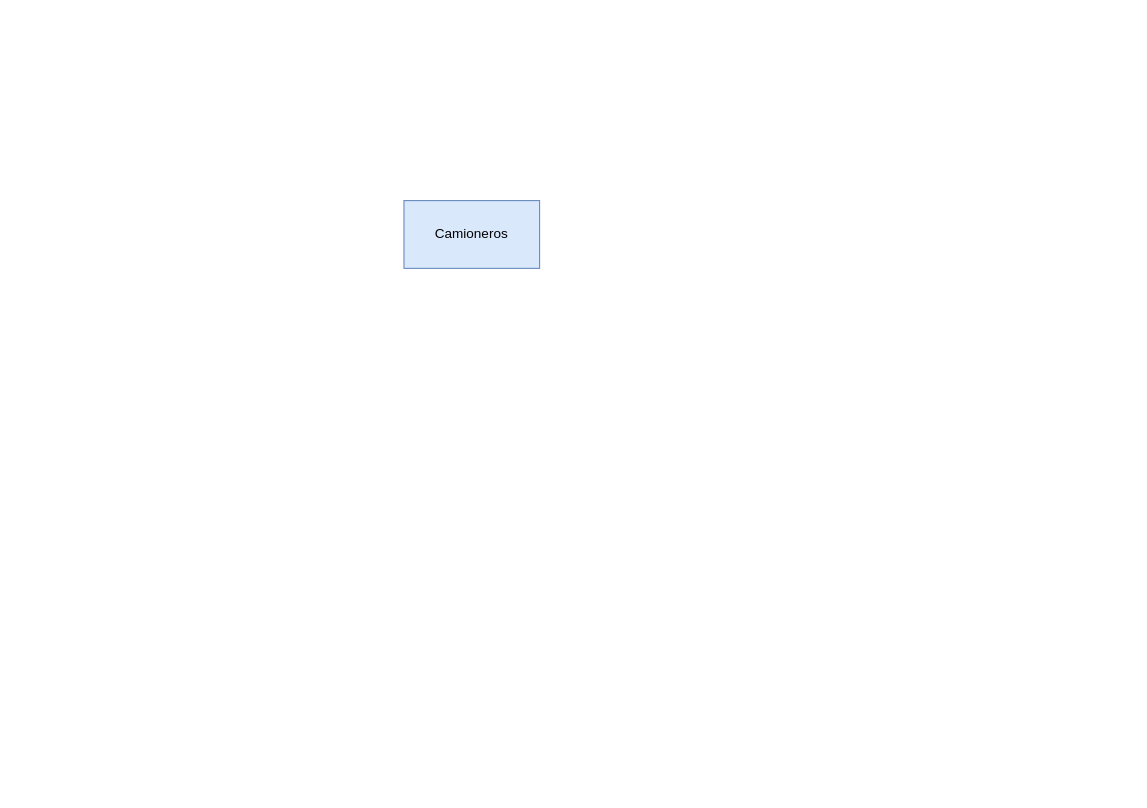
Earlier version of the draw.io diagram Progreso_1/Actividad_PS2_Diagrama_1.drawio (AngelDavidStudios/Diagramas_BdD_1). Source tidied: cells renumbered, new cells numbered last; positions are measured from the earlier drawing's top-left corner, leaving out a move shared by most shapes. Both pictures are drawn from the tidied source at 113%, with x=0, y=0 at pixel (403, 200).
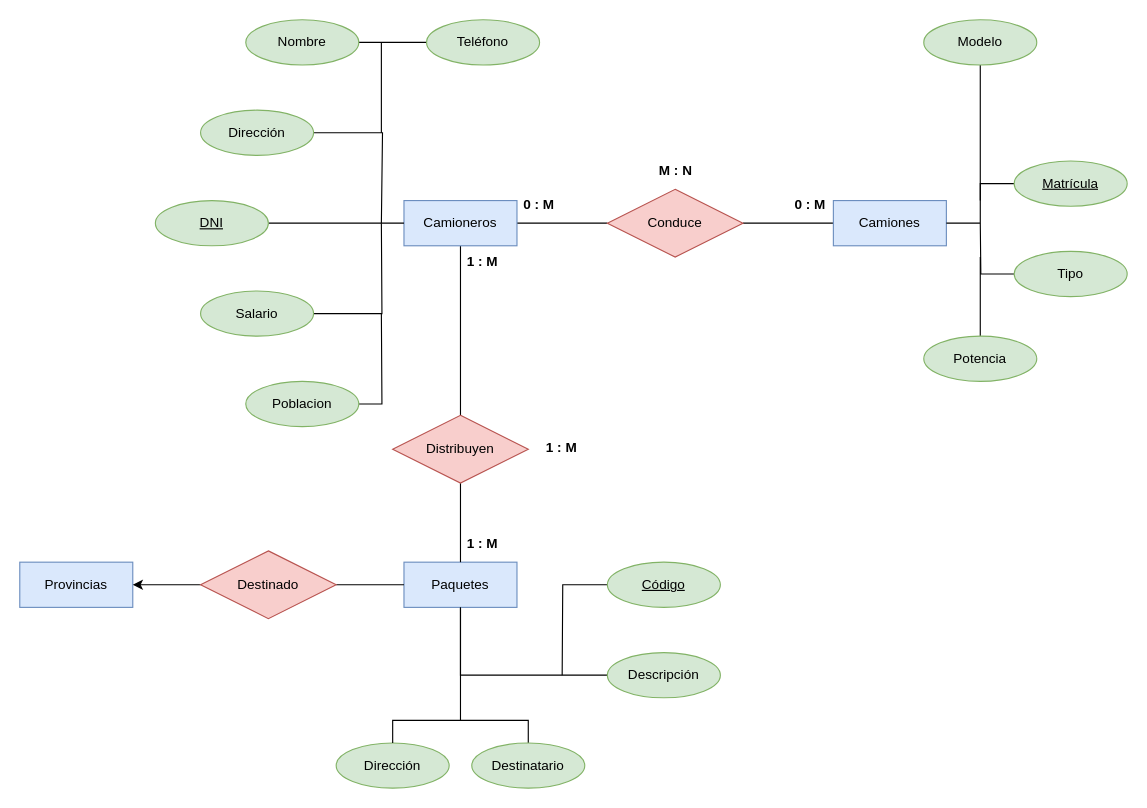
After the change.

Commit message:
Update Primer Diagrama

The edit, as a diff of the source:
```diff
@@
+    <mxCell id="3" style="edgeStyle=orthogonalEdgeStyle;rounded=0;jettySize=auto;html=1;endArrow=none;endFill=0;" parent="1" edge="1" source="2" target="10">
+      <mxGeometry relative="1" as="geometry" />
+    </mxCell>
+    <mxCell id="4" style="edgeStyle=orthogonalEdgeStyle;rounded=0;jettySize=auto;html=1;entryX=0.5;entryY=0;entryDx=0;entryDy=0;endArrow=none;endFill=0;" parent="1" edge="1" source="2" target="35">
+      <mxGeometry relative="1" as="geometry" />
+    </mxCell>
-    <mxCell id="2" value="Camioneros" style="rounded=0;whiteSpace=wrap;html=1;fillColor=#dae8fc;strokeColor=#6c8ebf;" parent="1" vertex="1">
-      <mxGeometry width="120" height="60" as="geometry" />
+    <mxCell id="2" value="Camioneros" style="whiteSpace=wrap;html=1;align=center;fillColor=#dae8fc;strokeColor=#6c8ebf;" parent="1" vertex="1">
+      <mxGeometry width="100" height="40" as="geometry" />
     </mxCell>
+    <mxCell id="5" style="edgeStyle=orthogonalEdgeStyle;rounded=0;jettySize=auto;html=1;endArrow=none;endFill=0;" parent="1" edge="1" source="6" target="10">
+      <mxGeometry relative="1" as="geometry" />
+    </mxCell>
+    <mxCell id="6" value="Camiones" style="whiteSpace=wrap;html=1;align=center;fillColor=#dae8fc;strokeColor=#6c8ebf;" parent="1" vertex="1">
+      <mxGeometry x="380" width="100" height="40" as="geometry" />
+    </mxCell>
+    <mxCell id="7" style="edgeStyle=orthogonalEdgeStyle;rounded=0;jettySize=auto;html=1;endArrow=none;endFill=0;" parent="1" edge="1" source="8">
+      <mxGeometry relative="1" as="geometry">
+        <mxPoint x="50" y="460" as="targetPoint" />
+      </mxGeometry>
+    </mxCell>
+    <mxCell id="8" value="Paquetes" style="whiteSpace=wrap;html=1;align=center;fillColor=#dae8fc;strokeColor=#6c8ebf;" parent="1" vertex="1">
+      <mxGeometry y="320" width="100" height="40" as="geometry" />
+    </mxCell>
+    <mxCell id="9" value="Provincias" style="whiteSpace=wrap;html=1;align=center;fillColor=#dae8fc;strokeColor=#6c8ebf;" parent="1" vertex="1">
+      <mxGeometry x="-340" y="320" width="100" height="40" as="geometry" />
+    </mxCell>
+    <mxCell id="10" value="Conduce" style="shape=rhombus;perimeter=rhombusPerimeter;whiteSpace=wrap;html=1;align=center;fillColor=#f8cecc;strokeColor=#b85450;" parent="1" vertex="1">
+      <mxGeometry x="180" y="-10" width="120" height="60" as="geometry" />
+    </mxCell>
+    <mxCell id="11" value="M : N" style="text;strokeColor=none;fillColor=none;spacingLeft=4;spacingRight=4;overflow=hidden;fontSize=12;whiteSpace=wrap;html=1;fontStyle=1;" parent="1" vertex="1">
+      <mxGeometry x="220" y="-40" width="40" height="30" as="geometry" />
+    </mxCell>
+    <mxCell id="12" style="edgeStyle=orthogonalEdgeStyle;rounded=0;jettySize=auto;html=1;entryX=0;entryY=0.5;entryDx=0;entryDy=0;endArrow=none;endFill=0;" parent="1" edge="1" source="13" target="14">
+      <mxGeometry relative="1" as="geometry" />
+    </mxCell>
+    <mxCell id="13" value="Nombre" style="ellipse;whiteSpace=wrap;html=1;align=center;fillColor=#d5e8d4;strokeColor=#82b366;" parent="1" vertex="1">
+      <mxGeometry x="-140" y="-160" width="100" height="40" as="geometry" />
+    </mxCell>
+    <mxCell id="14" value="Teléfono" style="ellipse;whiteSpace=wrap;html=1;align=center;fillColor=#d5e8d4;strokeColor=#82b366;" parent="1" vertex="1">
+      <mxGeometry x="20" y="-160" width="100" height="40" as="geometry" />
+    </mxCell>
+    <mxCell id="15" style="edgeStyle=orthogonalEdgeStyle;rounded=0;jettySize=auto;html=1;endArrow=none;endFill=0;" parent="1" edge="1" source="16">
+      <mxGeometry relative="1" as="geometry">
+        <mxPoint x="-20" y="20" as="targetPoint" />
+        <Array as="points">
+          <mxPoint x="-19" y="-60" />
+          <mxPoint x="-19" y="20" />
+        </Array>
+      </mxGeometry>
+    </mxCell>
+    <mxCell id="16" value="Dirección" style="ellipse;whiteSpace=wrap;html=1;align=center;fillColor=#d5e8d4;strokeColor=#82b366;" parent="1" vertex="1">
+      <mxGeometry x="-180" y="-80" width="100" height="40" as="geometry" />
+    </mxCell>
+    <mxCell id="17" style="edgeStyle=orthogonalEdgeStyle;rounded=0;jettySize=auto;html=1;endArrow=none;endFill=0;" parent="1" edge="1" source="18">
+      <mxGeometry relative="1" as="geometry">
+        <mxPoint x="-20" y="20" as="targetPoint" />
+      </mxGeometry>
+    </mxCell>
+    <mxCell id="18" value="Salario" style="ellipse;whiteSpace=wrap;html=1;align=center;fillColor=#d5e8d4;strokeColor=#82b366;" parent="1" vertex="1">
+      <mxGeometry x="-180" y="80" width="100" height="40" as="geometry" />
+    </mxCell>
+    <mxCell id="19" style="edgeStyle=orthogonalEdgeStyle;rounded=0;jettySize=auto;html=1;endArrow=none;endFill=0;" parent="1" edge="1" source="20">
+      <mxGeometry relative="1" as="geometry">
+        <mxPoint x="-20" y="100" as="targetPoint" />
+      </mxGeometry>
+    </mxCell>
+    <mxCell id="20" value="Poblacion" style="ellipse;whiteSpace=wrap;html=1;align=center;fillColor=#d5e8d4;strokeColor=#82b366;" parent="1" vertex="1">
+      <mxGeometry x="-140" y="160" width="100" height="40" as="geometry" />
+    </mxCell>
+    <mxCell id="21" style="edgeStyle=orthogonalEdgeStyle;rounded=0;jettySize=auto;html=1;entryX=0;entryY=0.5;entryDx=0;entryDy=0;endArrow=none;endFill=0;" parent="1" edge="1" source="22" target="2">
+      <mxGeometry relative="1" as="geometry" />
+    </mxCell>
+    <mxCell id="22" value="DNI" style="ellipse;whiteSpace=wrap;html=1;align=center;fontStyle=4;fillColor=#d5e8d4;strokeColor=#82b366;" parent="1" vertex="1">
+      <mxGeometry x="-220" width="100" height="40" as="geometry" />
+    </mxCell>
+    <mxCell id="23" style="endArrow=none;html=1;rounded=0;" parent="1" edge="1">
+      <mxGeometry relative="1" as="geometry">
+        <mxPoint x="-20" y="-140" as="sourcePoint" />
+        <mxPoint x="-20" y="-60" as="targetPoint" />
+      </mxGeometry>
+    </mxCell>
+    <mxCell id="24" value="0 : M" style="text;strokeColor=none;fillColor=none;spacingLeft=4;spacingRight=4;overflow=hidden;fontSize=12;whiteSpace=wrap;html=1;fontStyle=1;" parent="1" vertex="1">
+      <mxGeometry x="340" y="-10" width="40" height="30" as="geometry" />
+    </mxCell>
+    <mxCell id="25" value="0 : M" style="text;strokeColor=none;fillColor=none;spacingLeft=4;spacingRight=4;overflow=hidden;fontSize=12;whiteSpace=wrap;html=1;fontStyle=1;" parent="1" vertex="1">
+      <mxGeometry x="100" y="-10" width="40" height="30" as="geometry" />
+    </mxCell>
+    <mxCell id="26" style="edgeStyle=orthogonalEdgeStyle;rounded=0;jettySize=auto;html=1;entryX=1;entryY=0.5;entryDx=0;entryDy=0;endArrow=none;endFill=0;" parent="1" edge="1" source="27" target="6">
+      <mxGeometry relative="1" as="geometry" />
+    </mxCell>
+    <mxCell id="27" value="Matrícula" style="ellipse;whiteSpace=wrap;html=1;align=center;fontStyle=4;fillColor=#d5e8d4;strokeColor=#82b366;" parent="1" vertex="1">
+      <mxGeometry x="540" y="-35" width="100" height="40" as="geometry" />
+    </mxCell>
+    <mxCell id="28" style="edgeStyle=orthogonalEdgeStyle;rounded=0;jettySize=auto;html=1;endArrow=none;endFill=0;" parent="1" edge="1" source="29">
+      <mxGeometry relative="1" as="geometry">
+        <mxPoint x="510" as="targetPoint" />
+        <Array as="points">
+          <mxPoint x="510" y="-20" />
+        </Array>
+      </mxGeometry>
+    </mxCell>
+    <mxCell id="29" value="Modelo" style="ellipse;whiteSpace=wrap;html=1;align=center;fillColor=#d5e8d4;strokeColor=#82b366;" parent="1" vertex="1">
+      <mxGeometry x="460" y="-160" width="100" height="40" as="geometry" />
+    </mxCell>
+    <mxCell id="30" style="edgeStyle=orthogonalEdgeStyle;rounded=0;jettySize=auto;html=1;endArrow=none;endFill=0;" parent="1" edge="1" source="31">
+      <mxGeometry relative="1" as="geometry">
+        <mxPoint x="510" y="20" as="targetPoint" />
+      </mxGeometry>
+    </mxCell>
+    <mxCell id="31" value="Tipo" style="ellipse;whiteSpace=wrap;html=1;align=center;fillColor=#d5e8d4;strokeColor=#82b366;" parent="1" vertex="1">
+      <mxGeometry x="540" y="45" width="100" height="40" as="geometry" />
+    </mxCell>
+    <mxCell id="32" style="edgeStyle=orthogonalEdgeStyle;rounded=0;jettySize=auto;html=1;endArrow=none;endFill=0;" parent="1" edge="1" source="33">
+      <mxGeometry relative="1" as="geometry">
+        <mxPoint x="510" y="50" as="targetPoint" />
+      </mxGeometry>
+    </mxCell>
+    <mxCell id="33" value="Potencia" style="ellipse;whiteSpace=wrap;html=1;align=center;fillColor=#d5e8d4;strokeColor=#82b366;" parent="1" vertex="1">
+      <mxGeometry x="460" y="120" width="100" height="40" as="geometry" />
+    </mxCell>
+    <mxCell id="34" style="edgeStyle=orthogonalEdgeStyle;rounded=0;jettySize=auto;html=1;endArrow=none;endFill=0;" parent="1" edge="1" source="35" target="8">
+      <mxGeometry relative="1" as="geometry" />
+    </mxCell>
+    <mxCell id="35" value="Distribuyen" style="shape=rhombus;perimeter=rhombusPerimeter;whiteSpace=wrap;html=1;align=center;fillColor=#f8cecc;strokeColor=#b85450;" parent="1" vertex="1">
+      <mxGeometry x="-10" y="190" width="120" height="60" as="geometry" />
+    </mxCell>
+    <mxCell id="36" style="edgeStyle=orthogonalEdgeStyle;rounded=0;jettySize=auto;html=1;endArrow=none;endFill=0;" parent="1" edge="1" source="38" target="8">
+      <mxGeometry relative="1" as="geometry" />
+    </mxCell>
+    <mxCell id="37" style="edgeStyle=orthogonalEdgeStyle;rounded=0;jettySize=auto;html=1;" parent="1" edge="1" source="38" target="9">
+      <mxGeometry relative="1" as="geometry" />
+    </mxCell>
+    <mxCell id="38" value="Destinado" style="shape=rhombus;perimeter=rhombusPerimeter;whiteSpace=wrap;html=1;align=center;fillColor=#f8cecc;strokeColor=#b85450;" parent="1" vertex="1">
+      <mxGeometry x="-180" y="310" width="120" height="60" as="geometry" />
+    </mxCell>
+    <mxCell id="39" value="1 : M" style="text;strokeColor=none;fillColor=none;spacingLeft=4;spacingRight=4;overflow=hidden;fontSize=12;whiteSpace=wrap;html=1;fontStyle=1;" parent="1" vertex="1">
+      <mxGeometry x="120" y="205" width="40" height="30" as="geometry" />
+    </mxCell>
+    <mxCell id="40" value="1 : M" style="text;strokeColor=none;fillColor=none;spacingLeft=4;spacingRight=4;overflow=hidden;fontSize=12;whiteSpace=wrap;html=1;fontStyle=1;" parent="1" vertex="1">
+      <mxGeometry x="50" y="40" width="40" height="30" as="geometry" />
+    </mxCell>
+    <mxCell id="41" value="1 : M" style="text;strokeColor=none;fillColor=none;spacingLeft=4;spacingRight=4;overflow=hidden;fontSize=12;whiteSpace=wrap;html=1;fontStyle=1;" parent="1" vertex="1">
+      <mxGeometry x="50" y="290" width="40" height="30" as="geometry" />
+    </mxCell>
+    <mxCell id="42" style="edgeStyle=orthogonalEdgeStyle;rounded=0;jettySize=auto;html=1;endArrow=none;endFill=0;" parent="1" edge="1" source="43">
+      <mxGeometry relative="1" as="geometry">
+        <mxPoint x="140" y="420" as="targetPoint" />
+      </mxGeometry>
+    </mxCell>
+    <mxCell id="43" value="Código" style="ellipse;whiteSpace=wrap;html=1;align=center;fontStyle=4;fillColor=#d5e8d4;strokeColor=#82b366;" parent="1" vertex="1">
+      <mxGeometry x="180" y="320" width="100" height="40" as="geometry" />
+    </mxCell>
+    <mxCell id="44" style="edgeStyle=orthogonalEdgeStyle;rounded=0;jettySize=auto;html=1;entryX=0.5;entryY=1;entryDx=0;entryDy=0;endArrow=none;endFill=0;" parent="1" edge="1" source="45" target="8">
+      <mxGeometry relative="1" as="geometry" />
+    </mxCell>
+    <mxCell id="45" value="Descripción" style="ellipse;whiteSpace=wrap;html=1;align=center;fillColor=#d5e8d4;strokeColor=#82b366;" parent="1" vertex="1">
+      <mxGeometry x="180" y="400" width="100" height="40" as="geometry" />
+    </mxCell>
+    <mxCell id="46" value="Dirección" style="ellipse;whiteSpace=wrap;html=1;align=center;fillColor=#d5e8d4;strokeColor=#82b366;" parent="1" vertex="1">
+      <mxGeometry x="-60" y="480" width="100" height="40" as="geometry" />
+    </mxCell>
+    <mxCell id="47" style="edgeStyle=orthogonalEdgeStyle;rounded=0;jettySize=auto;html=1;entryX=0.5;entryY=0;entryDx=0;entryDy=0;exitX=0.5;exitY=0;exitDx=0;exitDy=0;endArrow=none;endFill=0;" parent="1" edge="1" source="48" target="46">
+      <mxGeometry relative="1" as="geometry" />
+    </mxCell>
+    <mxCell id="48" value="Destinatario" style="ellipse;whiteSpace=wrap;html=1;align=center;fillColor=#d5e8d4;strokeColor=#82b366;" parent="1" vertex="1">
+      <mxGeometry x="60" y="480" width="100" height="40" as="geometry" />
+    </mxCell>
```
